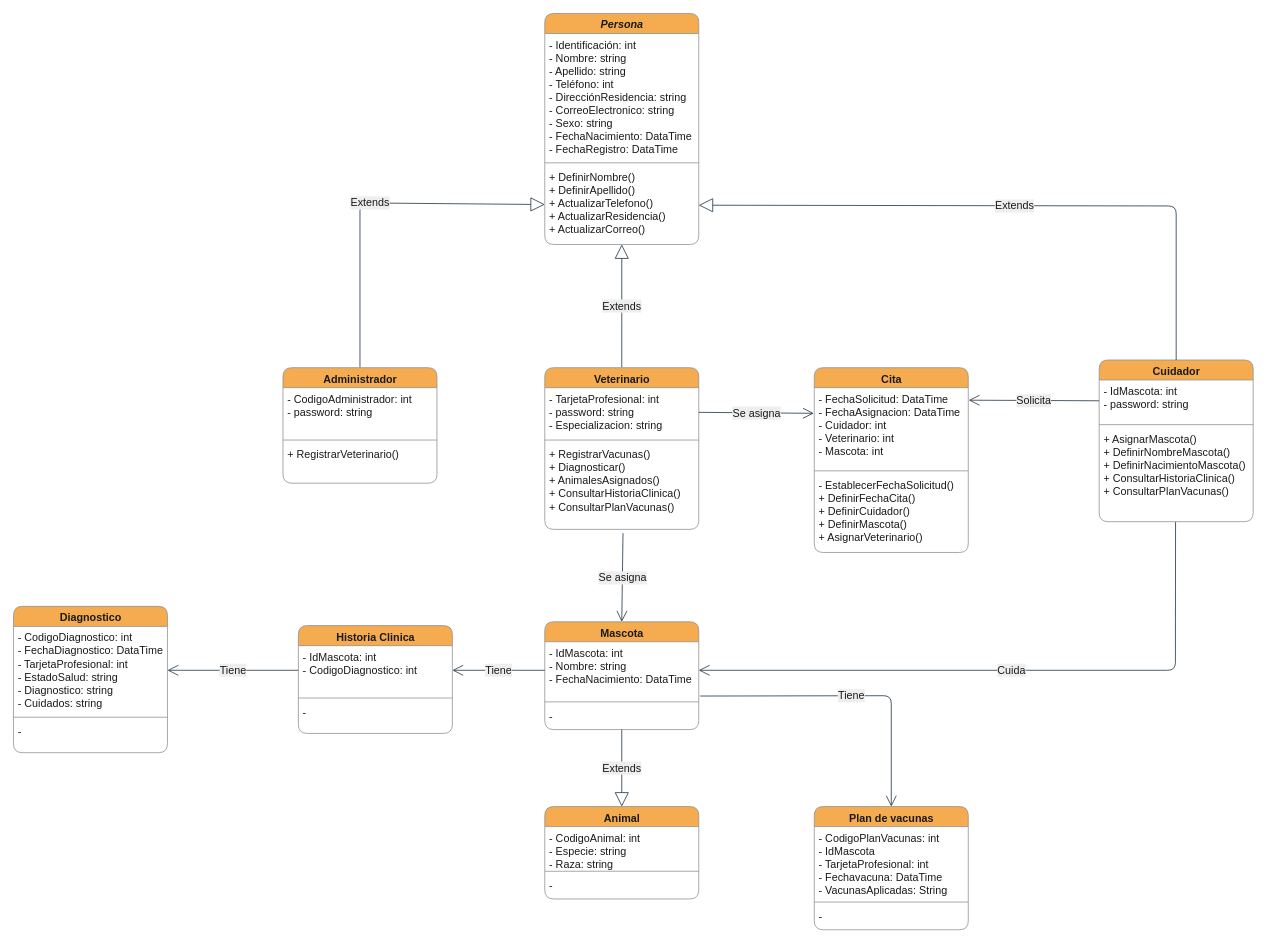
This is page "Diagrama de clases" (1 of 3) of Diagramas.drawio from juandabi/teleVeterinaria, a draw.io file, before an edit. Source tidied: cells renumbered, new cells numbered last; positions are measured from the earlier drawing's top-left corner, leaving out a move shared by most shapes. Both pictures are drawn from the tidied source at 77%, with x=0, y=0 at pixel (13, 13).
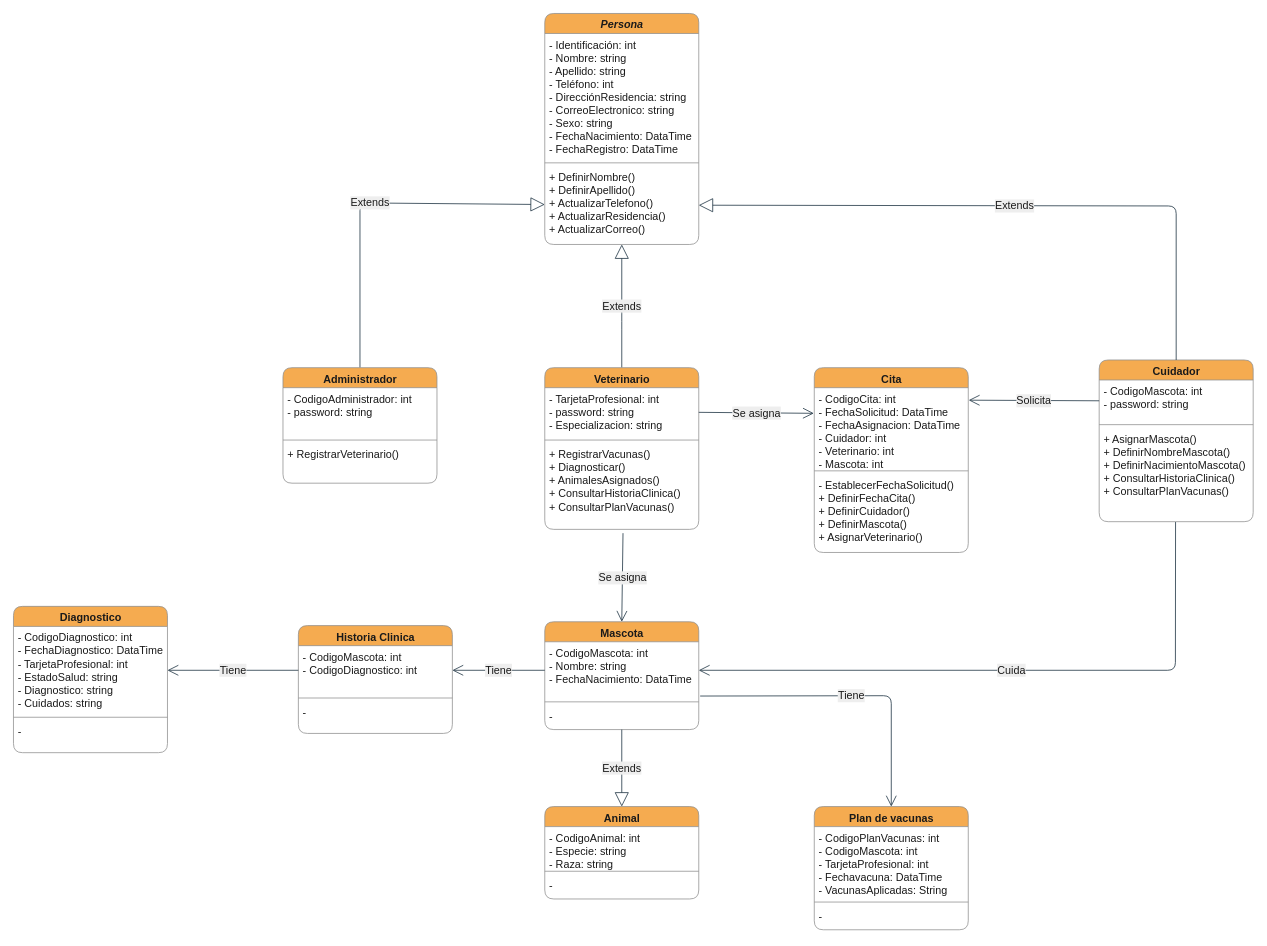
Above is the later version.

Commit message (it also covers changes not shown here):
Modifico idMascota por CodigoMascota, se agrega codigo en CodigoCita

The change refers to these unchanged cells:
```xml
<mxCell id="8" value="Cita" style="swimlane;fontStyle=1;align=center;verticalAlign=top;horizontal=1;startSize=26;fontSize=14;html=1;rounded=1;fillColor=#F5AB50;strokeColor=#909090;fontColor=#1A1A1A;" parent="1" vertex="1">
  <mxGeometry x="1040" y="460" width="200" height="240" as="geometry" />
</mxCell>
<mxCell id="20" value="Cuidador" style="swimlane;fontStyle=1;align=center;verticalAlign=top;horizontal=1;startSize=26;fontSize=14;html=1;rounded=1;fillColor=#F5AB50;strokeColor=#909090;fontColor=#1A1A1A;" parent="1" vertex="1">
  <mxGeometry x="1410" y="450" width="200" height="210" as="geometry" />
</mxCell>
<mxCell id="24" value="Mascota" style="swimlane;fontStyle=1;align=center;verticalAlign=top;horizontal=1;startSize=26;fontSize=14;html=1;rounded=1;fillColor=#F5AB50;strokeColor=#909090;fontColor=#1A1A1A;" parent="1" vertex="1">
  <mxGeometry x="690" y="790" width="200" height="140" as="geometry" />
</mxCell>
<mxCell id="37" value="Historia Clinica" style="swimlane;fontStyle=1;align=center;verticalAlign=top;horizontal=1;startSize=26;fontSize=14;html=1;rounded=1;fillColor=#F5AB50;strokeColor=#909090;fontColor=#1A1A1A;" parent="1" vertex="1">
  <mxGeometry x="370" y="795" width="200" height="140" as="geometry" />
</mxCell>
<mxCell id="47" value="Plan de vacunas" style="swimlane;fontStyle=1;align=center;verticalAlign=top;horizontal=1;startSize=26;fontSize=14;html=1;rounded=1;fillColor=#F5AB50;strokeColor=#909090;fontColor=#1A1A1A;" parent="1" vertex="1">
  <mxGeometry x="1040" y="1030" width="200" height="160" as="geometry" />
</mxCell>
```

What changed in the source:
```diff
@@
-    <mxCell id="9" value="- FechaSolicitud: DataTime&#10;- FechaAsignacion: DataTime&#10;- Cuidador: int&#10;- Veterinario: int&#10;- Mascota: int" style="text;strokeColor=none;fillColor=none;align=left;verticalAlign=top;spacingLeft=4;spacingRight=4;overflow=hidden;points=[[0,0.5],[1,0.5]];portConstraint=eastwest;fontSize=14;rounded=1;fontColor=#1A1A1A;" parent="8" vertex="1">
+    <mxCell id="9" value="- CodigoCita: int&#10;- FechaSolicitud: DataTime&#10;- FechaAsignacion: DataTime&#10;- Cuidador: int&#10;- Veterinario: int&#10;- Mascota: int" style="text;strokeColor=none;fillColor=none;align=left;verticalAlign=top;spacingLeft=4;spacingRight=4;overflow=hidden;points=[[0,0.5],[1,0.5]];portConstraint=eastwest;fontSize=14;rounded=1;fontColor=#1A1A1A;" parent="8" vertex="1">
       <mxGeometry y="26" width="200" height="104" as="geometry" />
     </mxCell>
@@
-    <mxCell id="21" value="- IdMascota: int&#10;- password: string" style="text;strokeColor=none;fillColor=none;align=left;verticalAlign=top;spacingLeft=4;spacingRight=4;overflow=hidden;points=[[0,0.5],[1,0.5]];portConstraint=eastwest;fontSize=14;rounded=1;fontColor=#1A1A1A;" parent="20" vertex="1">
+    <mxCell id="21" value="- CodigoMascota: int&#10;- password: string" style="text;strokeColor=none;fillColor=none;align=left;verticalAlign=top;spacingLeft=4;spacingRight=4;overflow=hidden;points=[[0,0.5],[1,0.5]];portConstraint=eastwest;fontSize=14;rounded=1;fontColor=#1A1A1A;" parent="20" vertex="1">
       <mxGeometry y="26" width="200" height="54" as="geometry" />
     </mxCell>
@@
-    <mxCell id="25" value="- IdMascota: int&#10;- Nombre: string&#10;- FechaNacimiento: DataTime" style="text;strokeColor=none;fillColor=none;align=left;verticalAlign=top;spacingLeft=4;spacingRight=4;overflow=hidden;points=[[0,0.5],[1,0.5]];portConstraint=eastwest;fontSize=14;rounded=1;fontColor=#1A1A1A;" parent="24" vertex="1">
+    <mxCell id="25" value="- CodigoMascota: int&#10;- Nombre: string&#10;- FechaNacimiento: DataTime" style="text;strokeColor=none;fillColor=none;align=left;verticalAlign=top;spacingLeft=4;spacingRight=4;overflow=hidden;points=[[0,0.5],[1,0.5]];portConstraint=eastwest;fontSize=14;rounded=1;fontColor=#1A1A1A;" parent="24" vertex="1">
       <mxGeometry y="26" width="200" height="74" as="geometry" />
     </mxCell>
@@
-    <mxCell id="38" value="- IdMascota: int&#10;- CodigoDiagnostico: int" style="text;strokeColor=none;fillColor=none;align=left;verticalAlign=top;spacingLeft=4;spacingRight=4;overflow=hidden;points=[[0,0.5],[1,0.5]];portConstraint=eastwest;fontSize=14;rounded=1;fontColor=#1A1A1A;" parent="37" vertex="1">
+    <mxCell id="38" value="- CodigoMascota: int&#10;- CodigoDiagnostico: int" style="text;strokeColor=none;fillColor=none;align=left;verticalAlign=top;spacingLeft=4;spacingRight=4;overflow=hidden;points=[[0,0.5],[1,0.5]];portConstraint=eastwest;fontSize=14;rounded=1;fontColor=#1A1A1A;" parent="37" vertex="1">
       <mxGeometry y="26" width="200" height="64" as="geometry" />
     </mxCell>
@@
-    <mxCell id="48" value="- CodigoPlanVacunas: int&#10;- IdMascota&#10;- TarjetaProfesional: int&#10;- Fechavacuna: DataTime&#10;- VacunasAplicadas: String&#10;" style="text;strokeColor=none;fillColor=none;align=left;verticalAlign=top;spacingLeft=4;spacingRight=4;overflow=hidden;fontSize=14;rounded=1;fontColor=#1A1A1A;" parent="47" vertex="1">
+    <mxCell id="48" value="- CodigoPlanVacunas: int&#10;- CodigoMascota: int&#10;- TarjetaProfesional: int&#10;- Fechavacuna: DataTime&#10;- VacunasAplicadas: String&#10;" style="text;strokeColor=none;fillColor=none;align=left;verticalAlign=top;spacingLeft=4;spacingRight=4;overflow=hidden;fontSize=14;rounded=1;fontColor=#1A1A1A;" parent="47" vertex="1">
       <mxGeometry y="26" width="200" height="94" as="geometry" />
     </mxCell>
```
